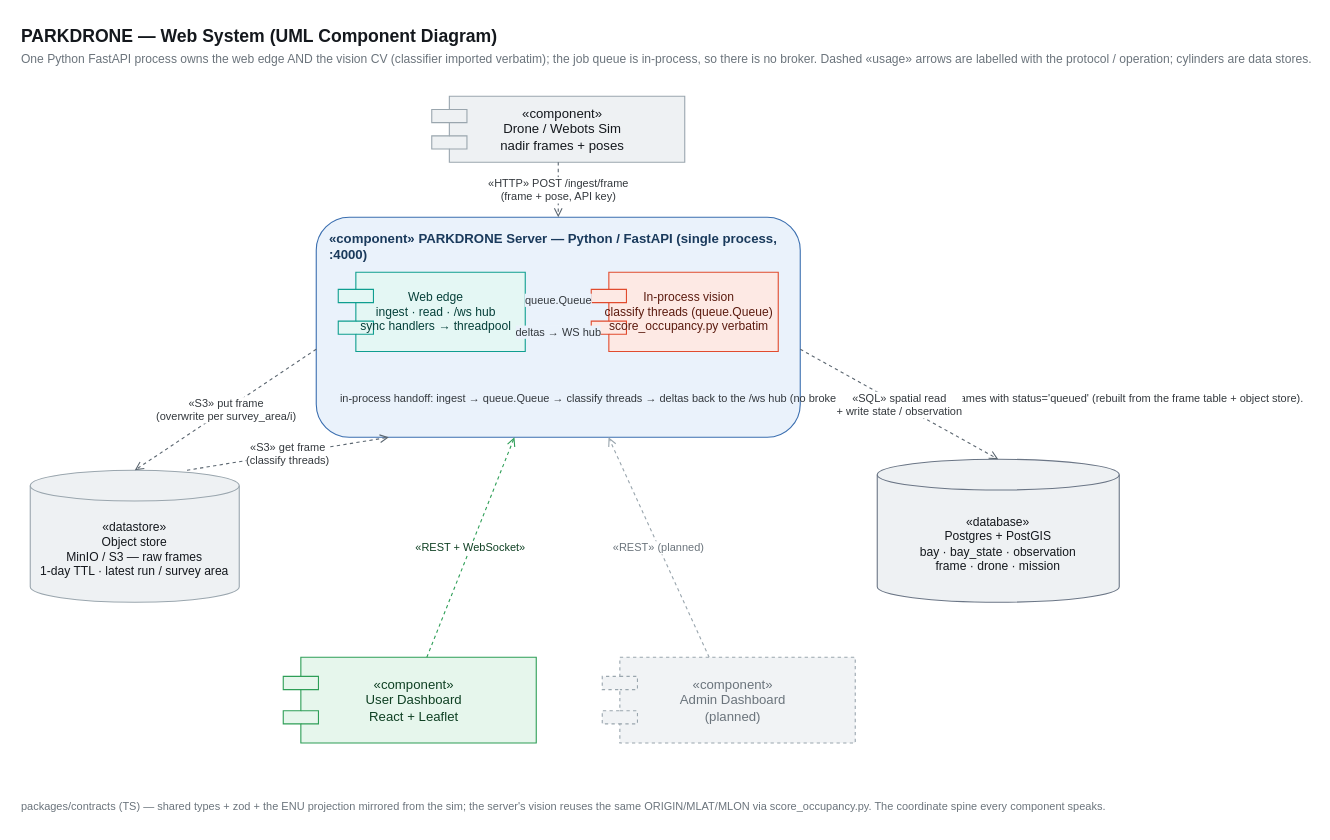
The draw.io diagram web/docs/architecture.drawio in l-pavlova/drone_project, before the edit. Source tidied: cells renumbered, new cells numbered last; positions are measured from the earlier drawing's top-left corner, leaving out a move shared by most shapes. Both pictures are drawn from the tidied source at 110%, with x=0, y=0 at pixel (19, 19).
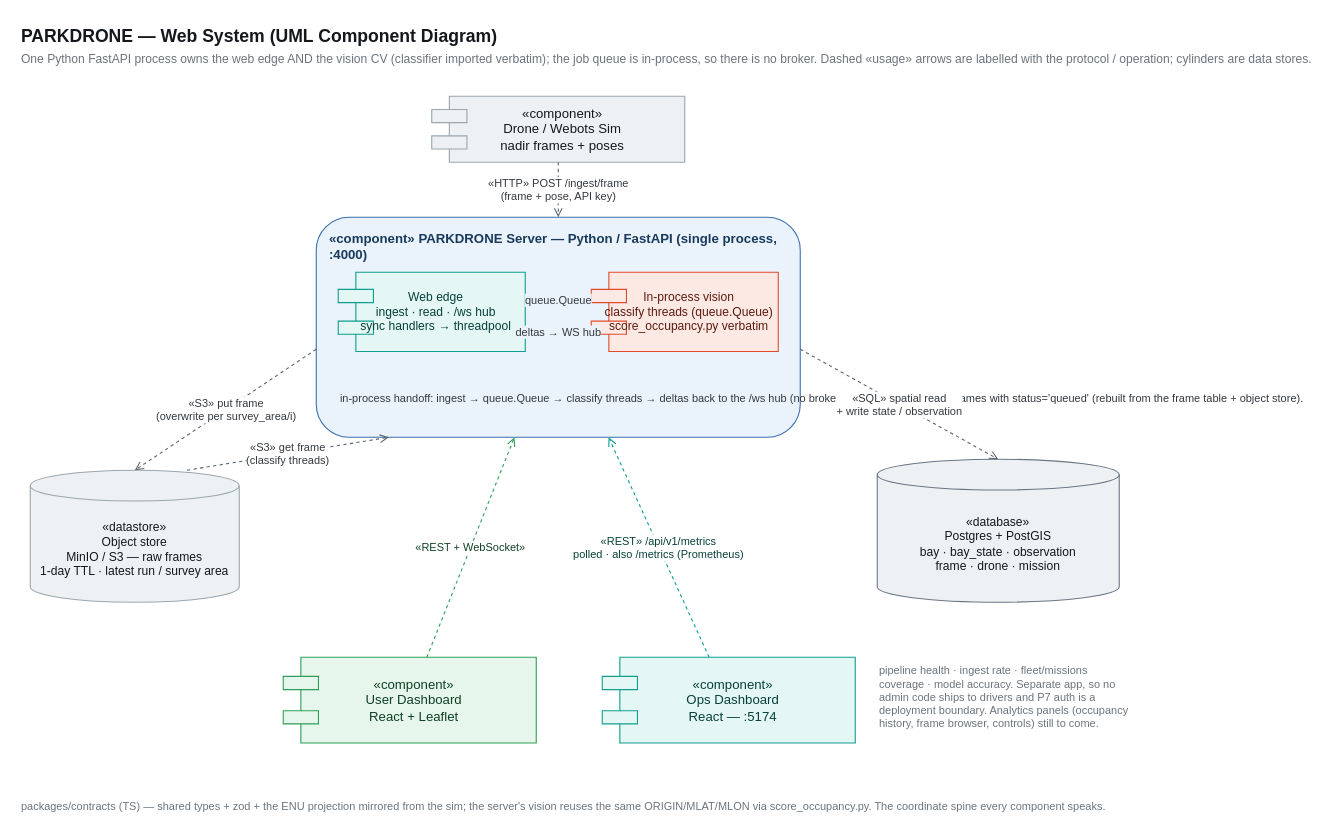
The same diagram, later.

The change refers to these unchanged cells:
```xml
<mxCell id="5" value="«component»  PARKDRONE Server — Python / FastAPI (single process, :4000)" style="rounded=1;html=1;whiteSpace=wrap;align=left;verticalAlign=top;fontSize=12;fontStyle=1;fillColor=#EAF2FB;strokeColor=#3B6FB0;fontColor=#1a3a5c;spacingLeft=10;spacingTop=6;verticalAlign=top;" parent="1" vertex="1">
  <mxGeometry x="270" y="180" width="440" height="200" as="geometry" />
</mxCell>
```

What changed in the source:
```diff
@@
-    <mxCell id="14" value="«component»&#10;Admin Dashboard&#10;(planned)" style="shape=component;html=1;whiteSpace=wrap;rounded=0;align=center;verticalAlign=middle;fontSize=12;fillColor=#F1F3F5;strokeColor=#9AA6AE;fontColor=#6b747c;dashed=1;spacingLeft=8;" parent="1" vertex="1">
+    <mxCell id="14" value="«component»&#10;Ops Dashboard&#10;React — :5174" style="shape=component;html=1;whiteSpace=wrap;rounded=0;align=center;verticalAlign=middle;fontSize=12;fillColor=#E4F7F4;strokeColor=#0F9E90;fontColor=#06403a;spacingLeft=8;" parent="1" vertex="1">
       <mxGeometry x="530" y="580" width="230" height="78" as="geometry" />
     </mxCell>
+    <mxCell id="22" value="pipeline health · ingest rate · fleet/missions&#10;coverage · model accuracy. Separate app, so no&#10;admin code ships to drivers and P7 auth is a&#10;deployment boundary. Analytics panels (occupancy&#10;history, frame browser, controls) still to come." style="text;html=1;align=left;verticalAlign=top;fontSize=10;fontColor=#6b747c;" parent="1" vertex="1">
+      <mxGeometry x="780" y="580" width="250" height="80" as="geometry" />
+    </mxCell>
@@
-    <mxCell id="20" value="«REST» (planned)" style="endArrow=open;endFill=0;dashed=1;html=1;fontSize=10;strokeColor=#9AA6AE;fontColor=#6b747c;labelBackgroundColor=#ffffff;" parent="1" edge="1" source="14" target="5">
+    <mxCell id="20" value="«REST» /api/v1/metrics&#10;polled · also /metrics (Prometheus)" style="endArrow=open;endFill=0;dashed=1;html=1;fontSize=10;strokeColor=#0F9E90;fontColor=#06403a;labelBackgroundColor=#ffffff;" parent="1" edge="1" source="14" target="5">
       <mxGeometry relative="1" as="geometry" />
     </mxCell>
```
